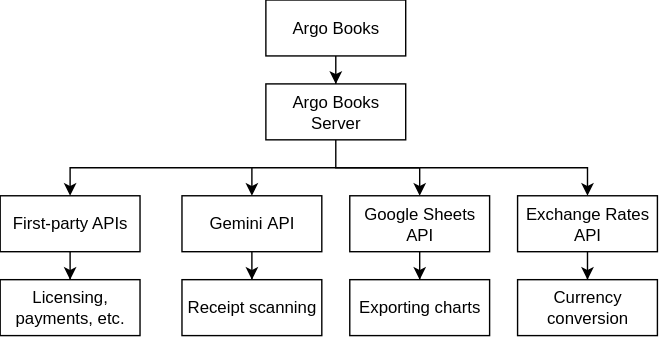
The draw.io diagram docs/diagrams/integrations/integrations-overview.svg in ArgoRobots/Argo-Books-Avalonia, before a commit. Source tidied: cells renumbered, new cells last; positions are measured from the earlier drawing's top-left corner, leaving out a move shared by most shapes.
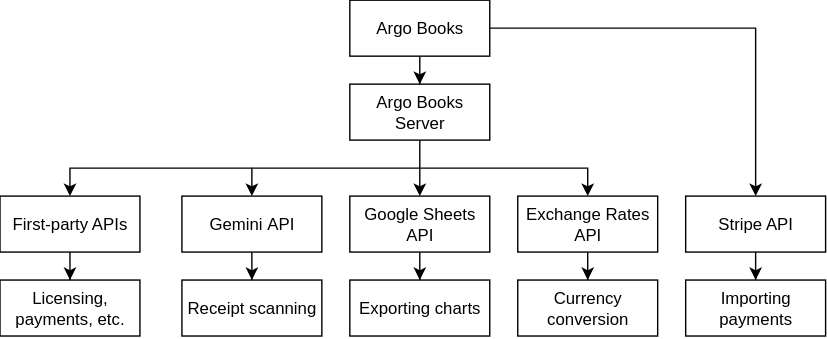
The same file after the commit.

Commit message:
docs: show Stripe on the integrations overview

The overview showed every integration fanning out from the Argo Books
server, which asserted a rule Stripe breaks. Stripe now appears with a
dashed line running past the server rather than through it, because the
merchant's own key is used and nothing is proxied.

The edit, as a diff of the source:
```diff
@@ -6,7 +6,7 @@
       <mxGeometry relative="1" as="geometry" />
     </mxCell>
     <mxCell id="3" value="Argo Books Server" style="rounded=0;whiteSpace=wrap;html=1;" parent="1" vertex="1">
-      <mxGeometry x="190" y="60" width="100" height="40" as="geometry" />
+      <mxGeometry x="250" y="60" width="100" height="40" as="geometry" />
     </mxCell>
     <mxCell id="4" style="edgeStyle=orthogonalEdgeStyle;rounded=0;jettySize=auto;html=1;entryX=0.5;entryY=0;entryDx=0;entryDy=0;" parent="1" edge="1" source="5" target="11">
       <mxGeometry relative="1" as="geometry" />
@@ -55,7 +55,7 @@
       <mxGeometry relative="1" as="geometry" />
     </mxCell>
     <mxCell id="16" value="Argo Books" style="rounded=0;whiteSpace=wrap;html=1;" parent="1" vertex="1">
-      <mxGeometry x="190" width="100" height="40" as="geometry" />
+      <mxGeometry x="250" width="100" height="40" as="geometry" />
     </mxCell>
     <mxCell id="17" style="edgeStyle=orthogonalEdgeStyle;rounded=0;jettySize=auto;html=1;entryX=0.5;entryY=0;entryDx=0;entryDy=0;" parent="1" edge="1" source="18" target="19">
       <mxGeometry relative="1" as="geometry" />
@@ -74,5 +74,22 @@
         </Array>
       </mxGeometry>
     </mxCell>
+    <mxCell id="21" style="edgeStyle=orthogonalEdgeStyle;rounded=0;jettySize=auto;html=1;entryX=0.5;entryY=0;entryDx=0;entryDy=0;" parent="1" edge="1" source="22" target="23">
+      <mxGeometry relative="1" as="geometry" />
+    </mxCell>
+    <mxCell id="22" value="Stripe API" style="rounded=0;whiteSpace=wrap;html=1;" parent="1" vertex="1">
+      <mxGeometry x="490" y="140" width="100" height="40" as="geometry" />
+    </mxCell>
+    <mxCell id="23" value="Importing payments" style="rounded=0;whiteSpace=wrap;html=1;" parent="1" vertex="1">
+      <mxGeometry x="490" y="200" width="100" height="40" as="geometry" />
+    </mxCell>
+    <mxCell id="24" style="endArrow=classic;html=1;rounded=0;entryX=0.5;entryY=0;entryDx=0;entryDy=0;exitX=1;exitY=0.5;exitDx=0;exitDy=0;" parent="1" edge="1" source="16" target="22">
+      <mxGeometry relative="1" as="geometry">
+        <Array as="points">
+          <mxPoint x="540" y="20" />
+          <mxPoint x="540" y="120" />
+        </Array>
+      </mxGeometry>
+    </mxCell>
   </root>
 </mxGraphModel>
```
